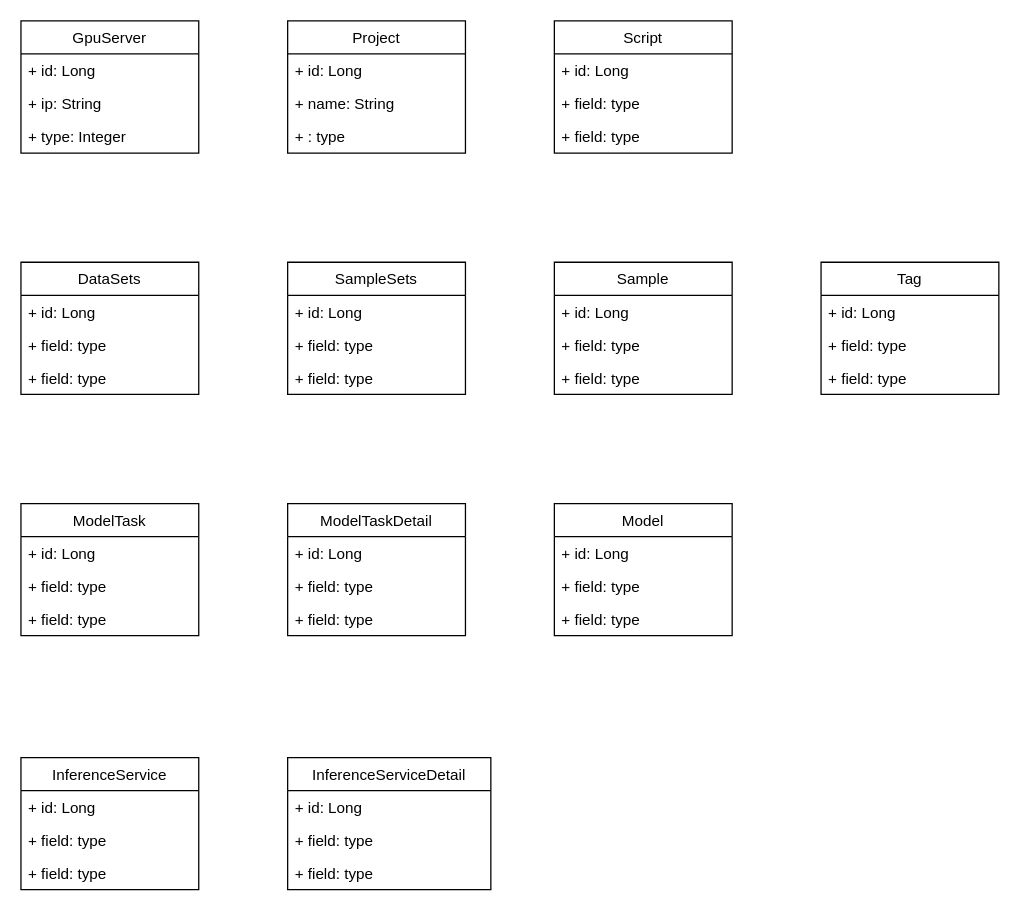
Before: page "数据模型详细" (7 of 9) of AI-Manager-Platform.drawio in ahern88/draw_io_repo, a draw.io diagram. Source tidied: cells renumbered, new cells numbered last; positions are measured from the earlier drawing's top-left corner, leaving out a move shared by most shapes. Both pictures are drawn from the tidied source at 127%, with x=0, y=0 at pixel (20, 20).
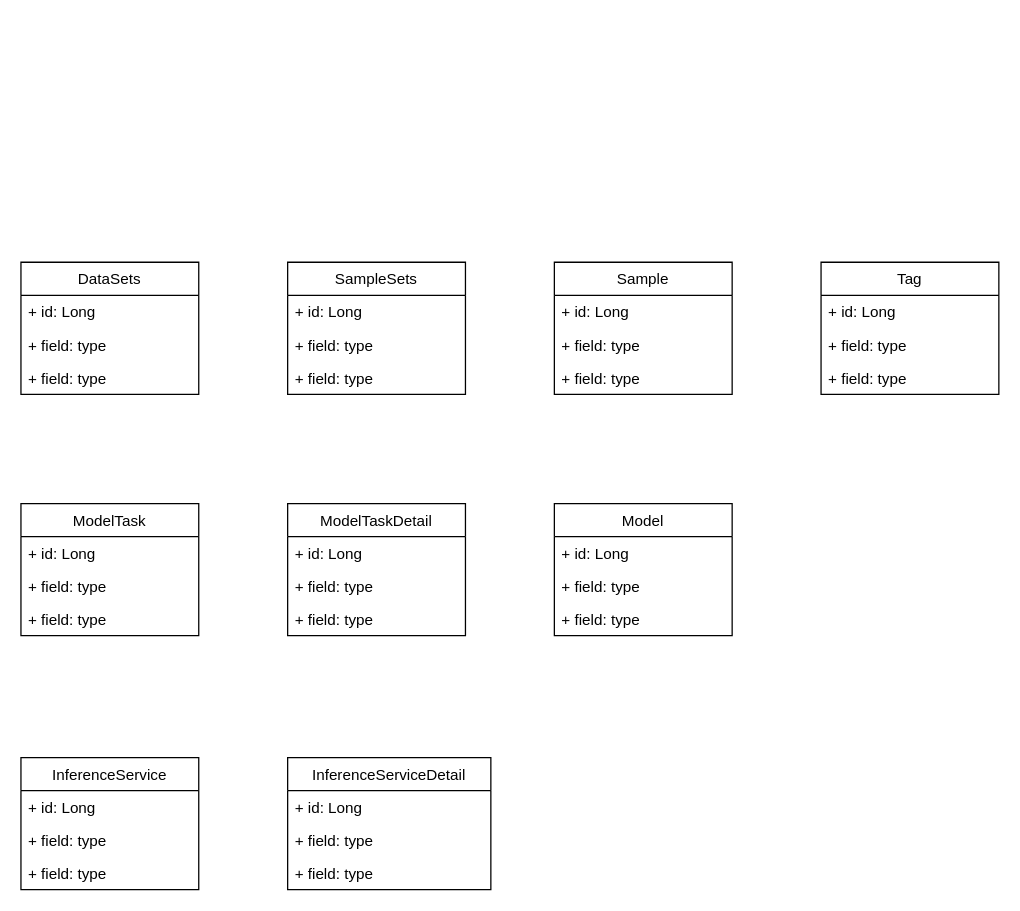
After the change.

What changed in the source:
```diff
@@
-    <mxCell id="2" value="GpuServer" style="swimlane;fontStyle=0;horizontal=1;startSize=26;fillColor=none;" parent="1" vertex="1">
-      <mxGeometry width="140" height="104" as="geometry" />
-    </mxCell>
-    <mxCell id="3" value="+ id: Long" style="text;strokeColor=none;fillColor=none;align=left;verticalAlign=top;spacingLeft=4;spacingRight=4;overflow=hidden;" parent="2" vertex="1">
-      <mxGeometry y="26" width="140" height="26" as="geometry" />
-    </mxCell>
-    <mxCell id="4" value="+ ip: String" style="text;strokeColor=none;fillColor=none;align=left;verticalAlign=top;spacingLeft=4;spacingRight=4;overflow=hidden;" parent="2" vertex="1">
-      <mxGeometry y="52" width="140" height="26" as="geometry" />
-    </mxCell>
-    <mxCell id="5" value="+ type: Integer" style="text;strokeColor=none;fillColor=none;align=left;verticalAlign=top;spacingLeft=4;spacingRight=4;overflow=hidden;" parent="2" vertex="1">
-      <mxGeometry y="78" width="140" height="26" as="geometry" />
-    </mxCell>
-    <mxCell id="6" value="Project" style="swimlane;fontStyle=0;horizontal=1;startSize=26;fillColor=none;" parent="1" vertex="1">
-      <mxGeometry x="210" width="140" height="104" as="geometry" />
-    </mxCell>
-    <mxCell id="7" value="+ id: Long" style="text;strokeColor=none;fillColor=none;align=left;verticalAlign=top;spacingLeft=4;spacingRight=4;overflow=hidden;" parent="6" vertex="1">
-      <mxGeometry y="26" width="140" height="26" as="geometry" />
-    </mxCell>
-    <mxCell id="8" value="+ name: String" style="text;strokeColor=none;fillColor=none;align=left;verticalAlign=top;spacingLeft=4;spacingRight=4;overflow=hidden;" parent="6" vertex="1">
-      <mxGeometry y="52" width="140" height="26" as="geometry" />
-    </mxCell>
-    <mxCell id="9" value="+ : type" style="text;strokeColor=none;fillColor=none;align=left;verticalAlign=top;spacingLeft=4;spacingRight=4;overflow=hidden;" parent="6" vertex="1">
-      <mxGeometry y="78" width="140" height="26" as="geometry" />
-    </mxCell>
-    <mxCell id="10" value="Script" style="swimlane;fontStyle=0;horizontal=1;startSize=26;fillColor=none;" parent="1" vertex="1">
-      <mxGeometry x="420" width="140" height="104" as="geometry" />
-    </mxCell>
-    <mxCell id="11" value="+ id: Long" style="text;strokeColor=none;fillColor=none;align=left;verticalAlign=top;spacingLeft=4;spacingRight=4;overflow=hidden;" parent="10" vertex="1">
-      <mxGeometry y="26" width="140" height="26" as="geometry" />
-    </mxCell>
-    <mxCell id="12" value="+ field: type" style="text;strokeColor=none;fillColor=none;align=left;verticalAlign=top;spacingLeft=4;spacingRight=4;overflow=hidden;" parent="10" vertex="1">
-      <mxGeometry y="52" width="140" height="26" as="geometry" />
-    </mxCell>
-    <mxCell id="13" value="+ field: type" style="text;strokeColor=none;fillColor=none;align=left;verticalAlign=top;spacingLeft=4;spacingRight=4;overflow=hidden;" parent="10" vertex="1">
-      <mxGeometry y="78" width="140" height="26" as="geometry" />
-    </mxCell>
```
